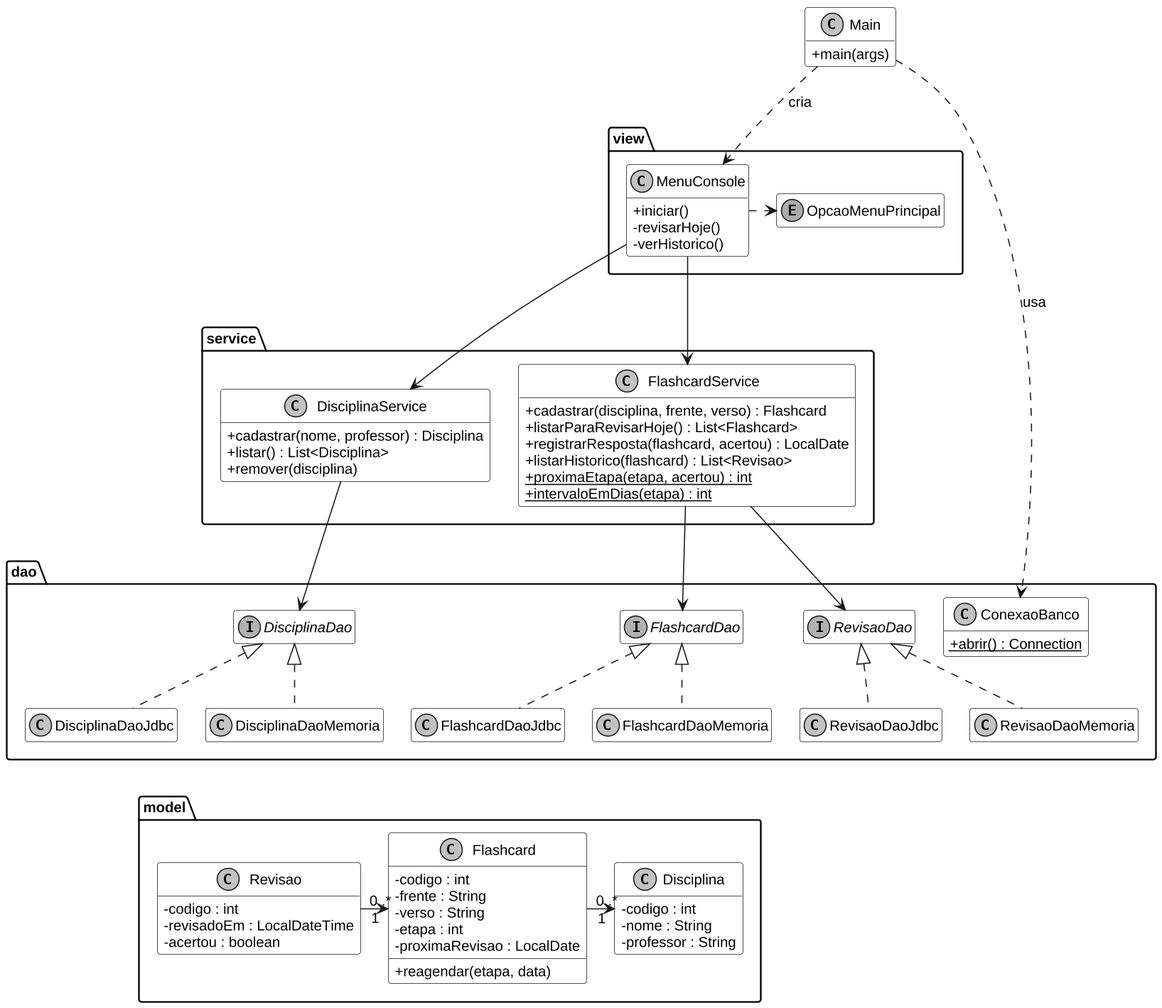
Above: docs/diagramas/classes.png in AndraxZin/Cadencia (PlantUML), before the change. Its diagram source:
```plantuml
@startuml
skinparamlocked dpi 150
skinparam monochrome true
skinparam shadowing false
skinparam backgroundColor white
skinparam classBackgroundColor white
skinparam packageBackgroundColor white
skinparam defaultFontName "Liberation Sans"
skinparam defaultFontSize 13
skinparam classAttributeIconSize 0
skinparam nodesep 25
skinparam ranksep 45
hide empty members

class Main {
  +main(args)
}

package "view" {
  class MenuConsole {
    +iniciar()
    -revisarHoje()
    -verHistorico()
  }
  enum OpcaoMenuPrincipal
}

package "service" {
  class DisciplinaService {
    +cadastrar(nome, professor) : Disciplina
    +listar() : List<Disciplina>
    +remover(disciplina)
  }
  class FlashcardService {
    +cadastrar(disciplina, frente, verso) : Flashcard
    +listarParaRevisarHoje() : List<Flashcard>
    +registrarResposta(flashcard, acertou) : LocalDate
    +listarHistorico(flashcard) : List<Revisao>
    {static} +proximaEtapa(etapa, acertou) : int
    {static} +intervaloEmDias(etapa) : int
  }
}

package "dao" {
  interface DisciplinaDao
  interface FlashcardDao
  interface RevisaoDao
  class DisciplinaDaoJdbc
  class DisciplinaDaoMemoria
  class FlashcardDaoJdbc
  class FlashcardDaoMemoria
  class RevisaoDaoJdbc
  class RevisaoDaoMemoria
  class ConexaoBanco {
    {static} +abrir() : Connection
  }
}

package "model" {
  class Disciplina {
    -codigo : int
    -nome : String
    -professor : String
  }
  class Flashcard {
    -codigo : int
    -frente : String
    -verso : String
    -etapa : int
    -proximaRevisao : LocalDate
    +reagendar(etapa, data)
  }
  class Revisao {
    -codigo : int
    -revisadoEm : LocalDateTime
    -acertou : boolean
  }
}

Main ..> MenuConsole : cria
Main ..> ConexaoBanco : usa
MenuConsole -right..> OpcaoMenuPrincipal
MenuConsole --> DisciplinaService
MenuConsole --> FlashcardService
DisciplinaService --> DisciplinaDao
FlashcardService --> FlashcardDao
FlashcardService --> RevisaoDao

DisciplinaDao <|.. DisciplinaDaoJdbc
DisciplinaDao <|.. DisciplinaDaoMemoria
FlashcardDao <|.. FlashcardDaoJdbc
FlashcardDao <|.. FlashcardDaoMemoria
RevisaoDao <|.. RevisaoDaoJdbc
RevisaoDao <|.. RevisaoDaoMemoria

FlashcardDaoJdbc -[hidden]down- Flashcard
Revisao "0..*" -right---> "1" Flashcard
Flashcard "0..*" -right---> "1" Disciplina
@enduml
```
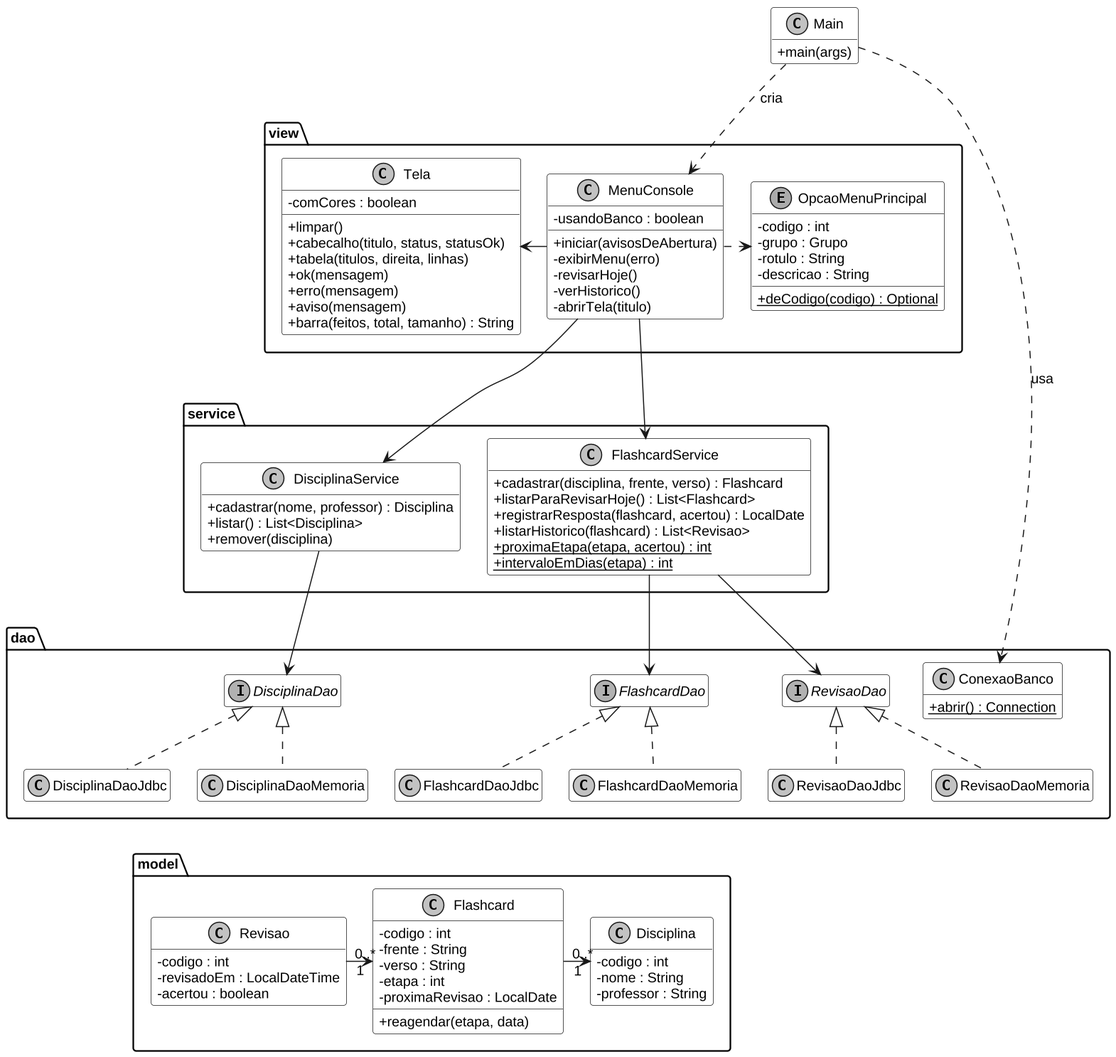
After the commit.

Diff of the diagram source:
```diff
@@ -1,5 +1,5 @@
 @startuml
-skinparamlocked dpi 150
+skinparamlocked dpi 144
 skinparam monochrome true
 skinparam shadowing false
 skinparam backgroundColor white
@@ -18,11 +18,30 @@
 
 package "view" {
   class MenuConsole {
-    +iniciar()
+    -usandoBanco : boolean
+    +iniciar(avisosDeAbertura)
+    -exibirMenu(erro)
     -revisarHoje()
     -verHistorico()
+    -abrirTela(titulo)
   }
-  enum OpcaoMenuPrincipal
+  enum OpcaoMenuPrincipal {
+    -codigo : int
+    -grupo : Grupo
+    -rotulo : String
+    -descricao : String
+    {static} +deCodigo(codigo) : Optional
+  }
+  class Tela {
+    -comCores : boolean
+    +limpar()
+    +cabecalho(titulo, status, statusOk)
+    +tabela(titulos, direita, linhas)
+    +ok(mensagem)
+    +erro(mensagem)
+    +aviso(mensagem)
+    +barra(feitos, total, tamanho) : String
+  }
 }
 
 package "service" {
@@ -80,6 +99,7 @@
 Main ..> MenuConsole : cria
 Main ..> ConexaoBanco : usa
 MenuConsole -right..> OpcaoMenuPrincipal
+MenuConsole -left-> Tela
 MenuConsole --> DisciplinaService
 MenuConsole --> FlashcardService
 DisciplinaService --> DisciplinaDao
```
